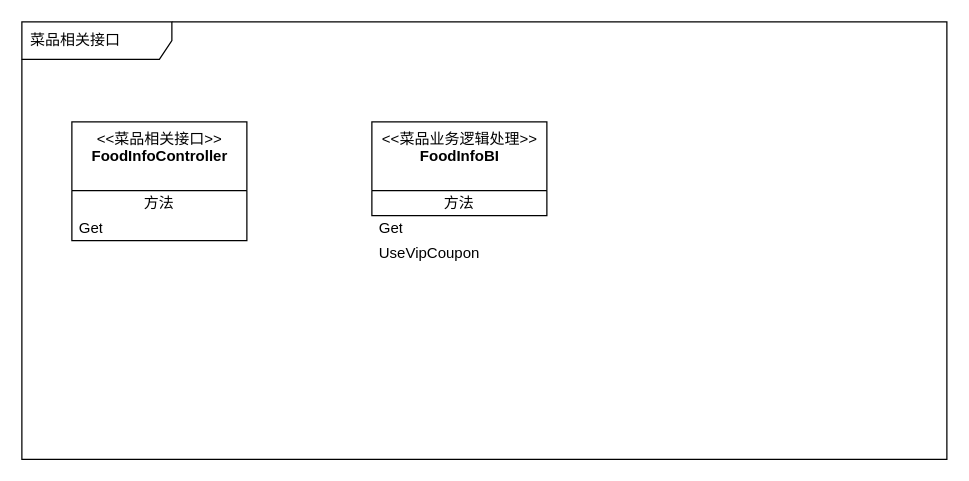
Earlier version of the draw.io diagram Kemai/授权门店享受会员优惠.drawio (noobwu/diagrams). Source tidied: cells renumbered, new cells numbered last; positions are measured from the earlier drawing's top-left corner, leaving out a move shared by most shapes. Both pictures are drawn from the tidied source at 125%, with x=0, y=0 at pixel (21, 21).
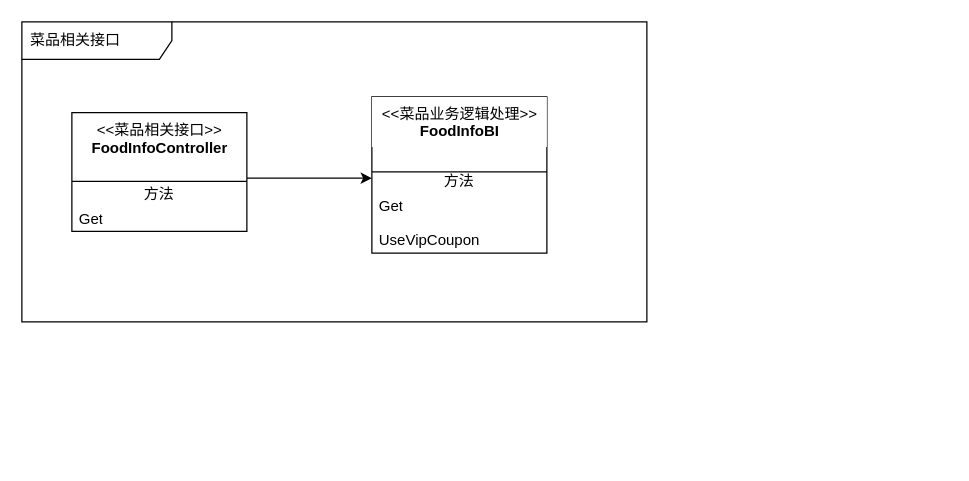
Above is the later version.

Commit message (it also covers changes not shown here):
更新授权门店享受会员优惠.drawio

Diff of the diagram source:
```diff
@@
 <mxGraphModel>
   <root>
     <mxCell id="0" />
     <mxCell id="1" parent="0" />
     <mxCell id="2" value="菜品相关接口" style="shape=umlFrame;whiteSpace=wrap;html=1;width=120;height=30;boundedLbl=1;verticalAlign=middle;align=left;spacingLeft=5;" parent="1" vertex="1">
-      <mxGeometry width="740" height="350" as="geometry" />
+      <mxGeometry width="500" height="240" as="geometry" />
     </mxCell>
+    <mxCell id="10" style="edgeStyle=orthogonalEdgeStyle;rounded=0;jettySize=auto;html=1;" parent="1" edge="1" source="3" target="13">
+      <mxGeometry relative="1" as="geometry">
+        <Array as="points">
+          <mxPoint x="230" y="125" />
+          <mxPoint x="230" y="125" />
+        </Array>
+      </mxGeometry>
+    </mxCell>
     <mxCell id="3" value="&amp;lt;&amp;lt;菜品相关接口&amp;gt;&amp;gt;&lt;br&gt;&lt;b&gt;FoodInfoController&lt;/b&gt;" style="swimlane;fontStyle=0;align=center;verticalAlign=top;horizontal=1;startSize=55;html=1;" parent="1" vertex="1">
-      <mxGeometry x="40" y="80" width="140" height="95" as="geometry" />
+      <mxGeometry x="40" y="72.5" width="140" height="95" as="geometry" />
     </mxCell>
     <mxCell id="4" value="方法" style="text;html=1;strokeColor=none;fillColor=none;align=center;verticalAlign=middle;spacingLeft=4;spacingRight=4;overflow=hidden;" parent="3" vertex="1">
       <mxGeometry y="55" width="140" height="20" as="geometry" />
     </mxCell>
     <mxCell id="5" value="Get" style="text;html=1;strokeColor=none;fillColor=none;align=left;verticalAlign=middle;spacingLeft=4;spacingRight=4;overflow=hidden;" parent="3" vertex="1">
       <mxGeometry y="75" width="140" height="20" as="geometry" />
     </mxCell>
-    <mxCell id="6" value="&amp;lt;&amp;lt;菜品业务逻辑处理&amp;gt;&amp;gt;&lt;br&gt;&lt;b&gt;FoodInfoBI&lt;/b&gt;" style="swimlane;fontStyle=0;align=center;verticalAlign=top;horizontal=1;startSize=55;html=1;swimlaneLine=1;" parent="1" vertex="1">
-      <mxGeometry x="280" y="80" width="140" height="75" as="geometry" />
-    </mxCell>
-    <mxCell id="7" value="方法" style="text;html=1;strokeColor=none;fillColor=none;align=center;verticalAlign=middle;spacingLeft=4;spacingRight=4;overflow=hidden;" parent="6" vertex="1">
-      <mxGeometry y="55" width="140" height="20" as="geometry" />
-    </mxCell>
+    <mxCell id="11" style="group;fillColor=#ffffff;strokeColor=#000000;" parent="1" vertex="1">
+      <mxGeometry x="280" y="60" width="140" height="125" as="geometry" />
+    </mxCell>
+    <mxCell id="12" style="group;" parent="11" vertex="1">
+      <mxGeometry y="10" width="140" height="115" as="geometry" />
+    </mxCell>
-    <mxCell id="8" value="Get" style="text;html=1;strokeColor=none;fillColor=none;align=left;verticalAlign=middle;spacingLeft=4;spacingRight=4;overflow=hidden;" parent="1" vertex="1">
-      <mxGeometry x="280" y="155" width="140" height="20" as="geometry" />
+    <mxCell id="8" value="Get" style="text;html=1;strokeColor=none;fillColor=none;align=left;verticalAlign=middle;spacingLeft=4;spacingRight=4;overflow=hidden;" parent="12" vertex="1">
+      <mxGeometry y="67.5" width="140" height="20" as="geometry" />
     </mxCell>
-    <mxCell id="9" value="UseVipCoupon" style="text;html=1;strokeColor=none;fillColor=none;align=left;verticalAlign=middle;spacingLeft=4;spacingRight=4;overflow=hidden;" parent="1" vertex="1">
-      <mxGeometry x="280" y="175" width="140" height="20" as="geometry" />
+    <mxCell id="9" value="UseVipCoupon" style="text;html=1;strokeColor=none;fillColor=none;align=left;verticalAlign=middle;spacingLeft=4;spacingRight=4;overflow=hidden;" parent="12" vertex="1">
+      <mxGeometry y="95" width="140" height="20" as="geometry" />
     </mxCell>
+    <mxCell id="7" value="方法" style="text;html=1;align=center;verticalAlign=middle;spacingLeft=4;spacingRight=4;overflow=hidden;" parent="12" vertex="1">
+      <mxGeometry y="47.5" width="140" height="20" as="geometry" />
+    </mxCell>
+    <mxCell id="6" value="&amp;lt;&amp;lt;菜品业务逻辑处理&amp;gt;&amp;gt;&lt;br&gt;&lt;b&gt;FoodInfoBI&lt;/b&gt;" style="swimlane;fontStyle=0;align=center;verticalAlign=top;horizontal=1;startSize=40;html=1;swimlaneLine=1;strokeColor=none;" parent="11" vertex="1">
+      <mxGeometry width="140" height="50" as="geometry" />
+    </mxCell>
+    <mxCell id="13" style="line;strokeWidth=1;html=1;fillColor=none;" parent="11" vertex="1">
+      <mxGeometry y="55" width="140" height="10" as="geometry" />
+    </mxCell>
   </root>
 </mxGraphModel>
```
